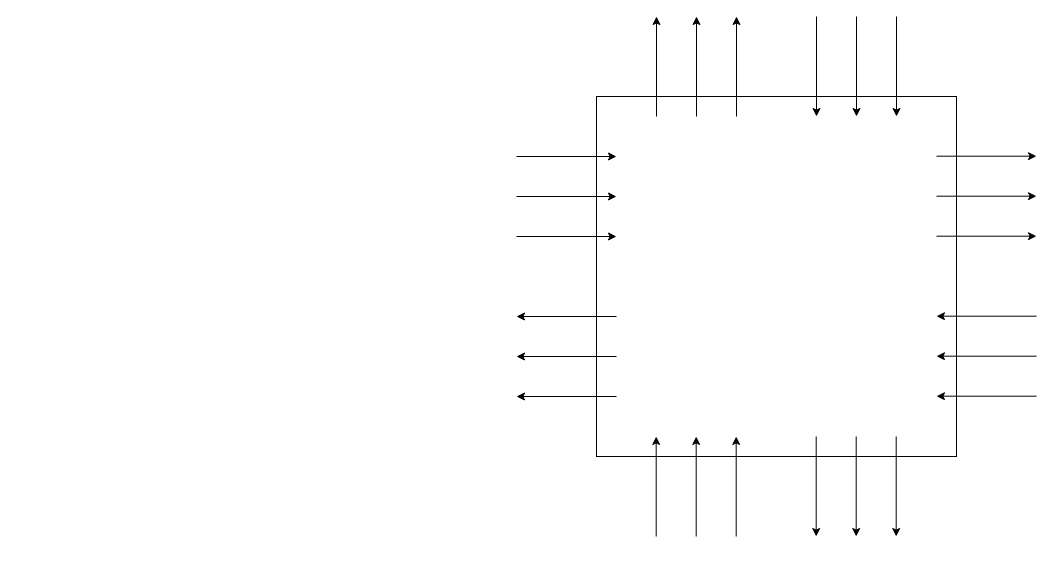
Earlier version of the draw.io diagram 流向图.drawio (As-The-Wind/game-of-life-4-4). Source tidied: cells renumbered, new cells numbered last; positions are measured from the earlier drawing's top-left corner, leaving out a move shared by most shapes. Both pictures are drawn from the tidied source at 100%, with x=0, y=0 at pixel (516, 16).
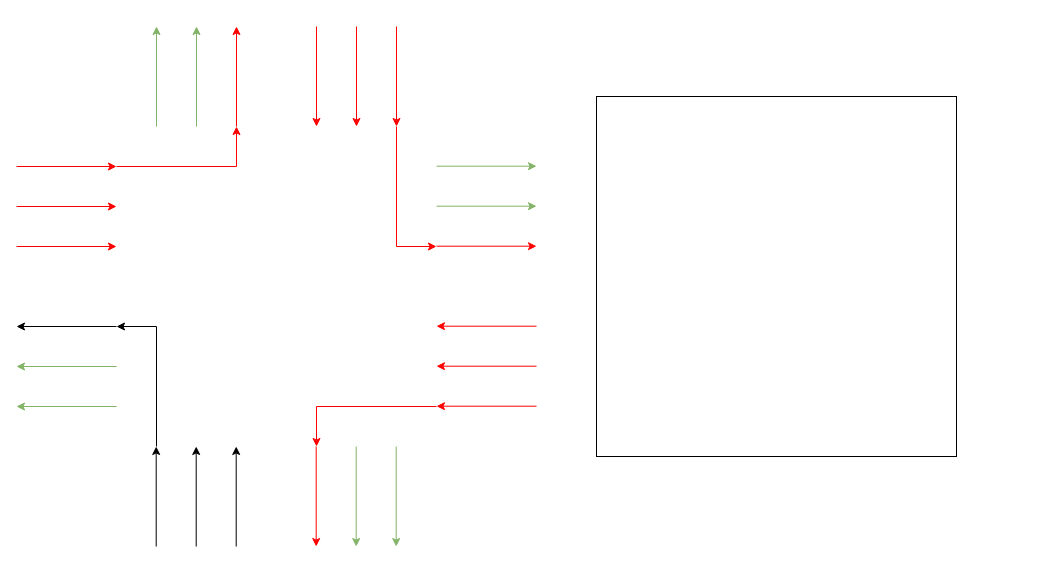
After the change.

What changed in the source:
```diff
@@
-    <mxCell id="3" style="endArrow=classic;html=1;rounded=0;" parent="1" edge="1">
+    <mxCell id="3" style="endArrow=classic;html=1;rounded=0;fillColor=#f8cecc;strokeColor=#FF0000;" parent="1" edge="1">
       <mxGeometry relative="1" as="geometry">
-        <mxPoint y="140" as="sourcePoint" />
-        <mxPoint x="100" y="140" as="targetPoint" />
+        <mxPoint x="-500" y="150" as="sourcePoint" />
+        <mxPoint x="-400" y="150" as="targetPoint" />
       </mxGeometry>
     </mxCell>
-    <mxCell id="4" style="endArrow=classic;html=1;rounded=0;" parent="1" edge="1">
+    <mxCell id="4" style="endArrow=classic;html=1;rounded=0;fillColor=#f8cecc;strokeColor=#FF0000;" parent="1" edge="1">
       <mxGeometry relative="1" as="geometry">
-        <mxPoint y="180" as="sourcePoint" />
-        <mxPoint x="100" y="180" as="targetPoint" />
+        <mxPoint x="-500" y="190" as="sourcePoint" />
+        <mxPoint x="-400" y="190" as="targetPoint" />
       </mxGeometry>
     </mxCell>
-    <mxCell id="5" style="endArrow=classic;html=1;rounded=0;" parent="1" edge="1">
+    <mxCell id="5" style="endArrow=classic;html=1;rounded=0;fillColor=#f8cecc;strokeColor=#FF0000;" parent="1" edge="1">
       <mxGeometry relative="1" as="geometry">
-        <mxPoint y="220" as="sourcePoint" />
-        <mxPoint x="100" y="220" as="targetPoint" />
+        <mxPoint x="-500" y="230" as="sourcePoint" />
+        <mxPoint x="-400" y="230" as="targetPoint" />
       </mxGeometry>
     </mxCell>
     <mxCell id="6" style="endArrow=classic;html=1;rounded=0;" parent="1" edge="1">
       <mxGeometry relative="1" as="geometry">
-        <mxPoint x="100" y="300" as="sourcePoint" />
-        <mxPoint y="300" as="targetPoint" />
+        <mxPoint x="-400" y="310" as="sourcePoint" />
+        <mxPoint x="-500" y="310" as="targetPoint" />
       </mxGeometry>
     </mxCell>
-    <mxCell id="7" style="endArrow=classic;html=1;rounded=0;" parent="1" edge="1">
+    <mxCell id="7" style="endArrow=classic;html=1;rounded=0;fillColor=#d5e8d4;strokeColor=#82b366;" parent="1" edge="1">
       <mxGeometry relative="1" as="geometry">
-        <mxPoint x="100" y="340" as="sourcePoint" />
-        <mxPoint y="340" as="targetPoint" />
+        <mxPoint x="-400" y="350" as="sourcePoint" />
+        <mxPoint x="-500" y="350" as="targetPoint" />
       </mxGeometry>
     </mxCell>
-    <mxCell id="8" style="endArrow=classic;html=1;rounded=0;" parent="1" edge="1">
+    <mxCell id="8" style="endArrow=classic;html=1;rounded=0;fillColor=#d5e8d4;strokeColor=#82b366;" parent="1" edge="1">
       <mxGeometry relative="1" as="geometry">
-        <mxPoint x="100" y="380" as="sourcePoint" />
-        <mxPoint y="380" as="targetPoint" />
+        <mxPoint x="-400" y="390" as="sourcePoint" />
+        <mxPoint x="-500" y="390" as="targetPoint" />
       </mxGeometry>
     </mxCell>
-    <mxCell id="9" style="endArrow=classic;html=1;rounded=0;" parent="1" edge="1">
+    <mxCell id="9" style="endArrow=classic;html=1;rounded=0;fillColor=#d5e8d4;strokeColor=#82b366;" parent="1" edge="1">
       <mxGeometry relative="1" as="geometry">
-        <mxPoint x="420" y="139.7" as="sourcePoint" />
-        <mxPoint x="520" y="139.7" as="targetPoint" />
+        <mxPoint x="-80" y="149.7" as="sourcePoint" />
+        <mxPoint x="20" y="149.7" as="targetPoint" />
       </mxGeometry>
     </mxCell>
-    <mxCell id="10" style="endArrow=classic;html=1;rounded=0;" parent="1" edge="1">
+    <mxCell id="10" style="endArrow=classic;html=1;rounded=0;fillColor=#d5e8d4;strokeColor=#82b366;" parent="1" edge="1">
       <mxGeometry relative="1" as="geometry">
-        <mxPoint x="420" y="179.7" as="sourcePoint" />
-        <mxPoint x="520" y="179.7" as="targetPoint" />
+        <mxPoint x="-80" y="189.7" as="sourcePoint" />
+        <mxPoint x="20" y="189.7" as="targetPoint" />
       </mxGeometry>
     </mxCell>
-    <mxCell id="11" style="endArrow=classic;html=1;rounded=0;" parent="1" edge="1">
+    <mxCell id="11" style="endArrow=classic;html=1;rounded=0;strokeColor=#FF0000;" parent="1" edge="1">
       <mxGeometry relative="1" as="geometry">
-        <mxPoint x="420" y="219.7" as="sourcePoint" />
-        <mxPoint x="520" y="219.7" as="targetPoint" />
+        <mxPoint x="-80" y="229.7" as="sourcePoint" />
+        <mxPoint x="20" y="229.7" as="targetPoint" />
       </mxGeometry>
     </mxCell>
-    <mxCell id="12" style="endArrow=classic;html=1;rounded=0;" parent="1" edge="1">
+    <mxCell id="12" style="endArrow=classic;html=1;rounded=0;strokeColor=#FF0000;" parent="1" edge="1">
       <mxGeometry relative="1" as="geometry">
-        <mxPoint x="520" y="299.7" as="sourcePoint" />
-        <mxPoint x="420" y="299.7" as="targetPoint" />
+        <mxPoint x="20" y="309.7" as="sourcePoint" />
+        <mxPoint x="-80" y="309.7" as="targetPoint" />
       </mxGeometry>
     </mxCell>
-    <mxCell id="13" style="endArrow=classic;html=1;rounded=0;" parent="1" edge="1">
+    <mxCell id="13" style="endArrow=classic;html=1;rounded=0;strokeColor=#FF0000;" parent="1" edge="1">
       <mxGeometry relative="1" as="geometry">
-        <mxPoint x="520" y="339.7" as="sourcePoint" />
-        <mxPoint x="420" y="339.7" as="targetPoint" />
+        <mxPoint x="20" y="349.7" as="sourcePoint" />
+        <mxPoint x="-80" y="349.7" as="targetPoint" />
       </mxGeometry>
     </mxCell>
-    <mxCell id="14" style="endArrow=classic;html=1;rounded=0;" parent="1" edge="1">
+    <mxCell id="14" style="endArrow=classic;html=1;rounded=0;strokeColor=#FF0000;" parent="1" edge="1">
       <mxGeometry relative="1" as="geometry">
-        <mxPoint x="520" y="379.7" as="sourcePoint" />
-        <mxPoint x="420" y="379.7" as="targetPoint" />
+        <mxPoint x="20" y="389.7" as="sourcePoint" />
+        <mxPoint x="-80" y="389.7" as="targetPoint" />
       </mxGeometry>
     </mxCell>
-    <mxCell id="15" style="endArrow=classic;html=1;rounded=0;" parent="1" edge="1">
+    <mxCell id="15" style="endArrow=classic;html=1;rounded=0;fillColor=#d5e8d4;strokeColor=#82b366;" parent="1" edge="1">
       <mxGeometry relative="1" as="geometry">
-        <mxPoint x="140" y="100" as="sourcePoint" />
-        <mxPoint x="140" as="targetPoint" />
+        <mxPoint x="-360" y="110" as="sourcePoint" />
+        <mxPoint x="-360" y="10" as="targetPoint" />
       </mxGeometry>
     </mxCell>
-    <mxCell id="16" style="endArrow=classic;html=1;rounded=0;" parent="1" edge="1">
+    <mxCell id="16" style="endArrow=classic;html=1;rounded=0;fillColor=#d5e8d4;strokeColor=#82b366;" parent="1" edge="1">
       <mxGeometry relative="1" as="geometry">
-        <mxPoint x="180" y="100" as="sourcePoint" />
-        <mxPoint x="180" as="targetPoint" />
+        <mxPoint x="-320" y="110" as="sourcePoint" />
+        <mxPoint x="-320" y="10" as="targetPoint" />
       </mxGeometry>
     </mxCell>
-    <mxCell id="17" style="endArrow=classic;html=1;rounded=0;" parent="1" edge="1">
+    <mxCell id="17" style="endArrow=classic;html=1;rounded=0;fillColor=#f8cecc;strokeColor=#FF0000;" parent="1" edge="1">
       <mxGeometry relative="1" as="geometry">
-        <mxPoint x="220" y="100" as="sourcePoint" />
-        <mxPoint x="220" as="targetPoint" />
+        <mxPoint x="-280" y="110" as="sourcePoint" />
+        <mxPoint x="-280" y="10" as="targetPoint" />
       </mxGeometry>
     </mxCell>
-    <mxCell id="18" style="endArrow=classic;html=1;rounded=0;" parent="1" edge="1">
+    <mxCell id="18" style="endArrow=classic;html=1;rounded=0;strokeColor=#FF0000;" parent="1" edge="1">
       <mxGeometry relative="1" as="geometry">
-        <mxPoint x="300" as="sourcePoint" />
-        <mxPoint x="300" y="100" as="targetPoint" />
+        <mxPoint x="-200" y="10" as="sourcePoint" />
+        <mxPoint x="-200" y="110" as="targetPoint" />
       </mxGeometry>
     </mxCell>
-    <mxCell id="19" style="endArrow=classic;html=1;rounded=0;" parent="1" edge="1">
+    <mxCell id="19" style="endArrow=classic;html=1;rounded=0;strokeColor=#FF0000;" parent="1" edge="1">
       <mxGeometry relative="1" as="geometry">
-        <mxPoint x="340" as="sourcePoint" />
-        <mxPoint x="340" y="100" as="targetPoint" />
+        <mxPoint x="-160" y="10" as="sourcePoint" />
+        <mxPoint x="-160" y="110" as="targetPoint" />
       </mxGeometry>
     </mxCell>
-    <mxCell id="20" style="endArrow=classic;html=1;rounded=0;" parent="1" edge="1">
+    <mxCell id="20" style="endArrow=classic;html=1;rounded=0;strokeColor=#FF0000;" parent="1" edge="1">
       <mxGeometry relative="1" as="geometry">
-        <mxPoint x="380" as="sourcePoint" />
-        <mxPoint x="380" y="100" as="targetPoint" />
+        <mxPoint x="-120" y="10" as="sourcePoint" />
+        <mxPoint x="-120" y="110" as="targetPoint" />
       </mxGeometry>
     </mxCell>
     <mxCell id="21" style="endArrow=classic;html=1;rounded=0;" parent="1" edge="1">
       <mxGeometry relative="1" as="geometry">
-        <mxPoint x="139.7" y="520" as="sourcePoint" />
-        <mxPoint x="139.7" y="420" as="targetPoint" />
+        <mxPoint x="-360.3" y="530" as="sourcePoint" />
+        <mxPoint x="-360.3" y="430" as="targetPoint" />
       </mxGeometry>
     </mxCell>
     <mxCell id="22" style="endArrow=classic;html=1;rounded=0;" parent="1" edge="1">
       <mxGeometry relative="1" as="geometry">
-        <mxPoint x="179.7" y="520" as="sourcePoint" />
-        <mxPoint x="179.7" y="420" as="targetPoint" />
+        <mxPoint x="-320.3" y="530" as="sourcePoint" />
+        <mxPoint x="-320.3" y="430" as="targetPoint" />
       </mxGeometry>
     </mxCell>
     <mxCell id="23" style="endArrow=classic;html=1;rounded=0;" parent="1" edge="1">
       <mxGeometry relative="1" as="geometry">
-        <mxPoint x="219.7" y="520" as="sourcePoint" />
-        <mxPoint x="219.7" y="420" as="targetPoint" />
+        <mxPoint x="-280.3" y="530" as="sourcePoint" />
+        <mxPoint x="-280.3" y="430" as="targetPoint" />
       </mxGeometry>
     </mxCell>
-    <mxCell id="24" style="endArrow=classic;html=1;rounded=0;" parent="1" edge="1">
+    <mxCell id="24" style="endArrow=classic;html=1;rounded=0;strokeColor=#FF0000;" parent="1" edge="1">
       <mxGeometry relative="1" as="geometry">
-        <mxPoint x="299.7" y="420" as="sourcePoint" />
-        <mxPoint x="299.7" y="520" as="targetPoint" />
+        <mxPoint x="-200.3" y="430" as="sourcePoint" />
+        <mxPoint x="-200.3" y="530" as="targetPoint" />
       </mxGeometry>
     </mxCell>
-    <mxCell id="25" style="endArrow=classic;html=1;rounded=0;" parent="1" edge="1">
+    <mxCell id="25" style="endArrow=classic;html=1;rounded=0;fillColor=#d5e8d4;strokeColor=#82b366;" parent="1" edge="1">
       <mxGeometry relative="1" as="geometry">
-        <mxPoint x="339.7" y="420" as="sourcePoint" />
-        <mxPoint x="339.7" y="520" as="targetPoint" />
+        <mxPoint x="-160.3" y="430" as="sourcePoint" />
+        <mxPoint x="-160.3" y="530" as="targetPoint" />
       </mxGeometry>
     </mxCell>
-    <mxCell id="26" style="endArrow=classic;html=1;rounded=0;" parent="1" edge="1">
+    <mxCell id="26" style="endArrow=classic;html=1;rounded=0;fillColor=#d5e8d4;strokeColor=#82b366;" parent="1" edge="1">
       <mxGeometry relative="1" as="geometry">
-        <mxPoint x="379.7" y="420" as="sourcePoint" />
-        <mxPoint x="379.7" y="520" as="targetPoint" />
+        <mxPoint x="-120.3" y="430" as="sourcePoint" />
+        <mxPoint x="-120.3" y="530" as="targetPoint" />
       </mxGeometry>
     </mxCell>
+    <mxCell id="27" style="endArrow=classic;html=1;rounded=0;fillColor=#f8cecc;strokeColor=#FF0000;" parent="1" edge="1">
+      <mxGeometry relative="1" as="geometry">
+        <mxPoint x="-400" y="150" as="sourcePoint" />
+        <mxPoint x="-280" y="110" as="targetPoint" />
+        <Array as="points">
+          <mxPoint x="-280" y="150" />
+        </Array>
+      </mxGeometry>
+    </mxCell>
+    <mxCell id="28" style="endArrow=classic;html=1;rounded=0;strokeColor=#FF0000;" parent="1" edge="1">
+      <mxGeometry relative="1" as="geometry">
+        <mxPoint x="-120" y="110" as="sourcePoint" />
+        <mxPoint x="-80" y="230" as="targetPoint" />
+        <Array as="points">
+          <mxPoint x="-120" y="230" />
+        </Array>
+      </mxGeometry>
+    </mxCell>
+    <mxCell id="29" style="endArrow=classic;html=1;rounded=0;strokeColor=#FF0000;" parent="1" edge="1">
+      <mxGeometry relative="1" as="geometry">
+        <mxPoint x="-80" y="390" as="sourcePoint" />
+        <mxPoint x="-200" y="430" as="targetPoint" />
+        <Array as="points">
+          <mxPoint x="-200" y="390" />
+        </Array>
+      </mxGeometry>
+    </mxCell>
+    <mxCell id="30" style="endArrow=classic;html=1;rounded=0;" parent="1" edge="1">
+      <mxGeometry relative="1" as="geometry">
+        <mxPoint x="-360" y="430" as="sourcePoint" />
+        <mxPoint x="-400" y="310" as="targetPoint" />
+        <Array as="points">
+          <mxPoint x="-360" y="310" />
+        </Array>
+      </mxGeometry>
+    </mxCell>
```
